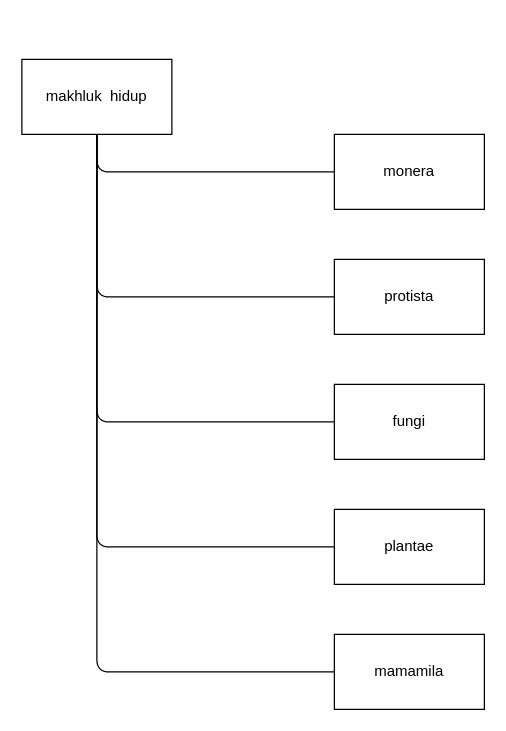
Earlier version of the draw.io diagram pbo1 Diagram.drawio (novianh/desain-dan-analis-sistem). Source tidied: cells renumbered, new cells numbered last; positions are measured from the earlier drawing's top-left corner, leaving out a move shared by most shapes. Both pictures are drawn from the tidied source at 125%, with x=0, y=0 at pixel (21, 59).
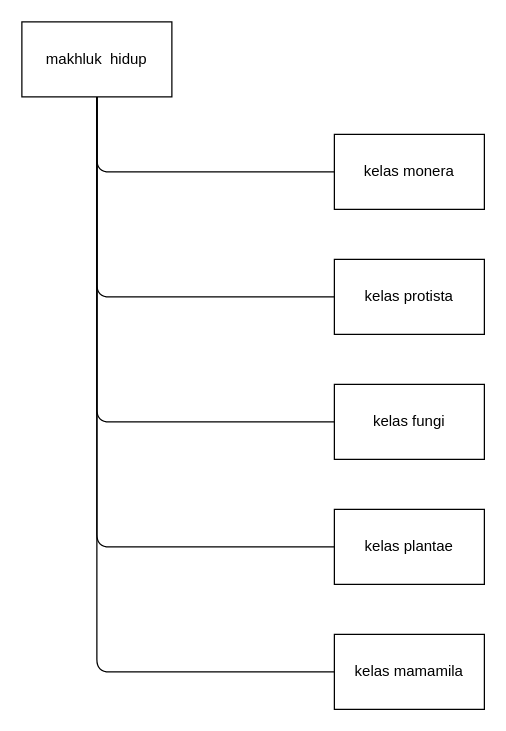
Above is the later version.

The edit, as a diff of the source:
```diff
@@
 <mxGraphModel>
   <root>
     <mxCell id="0" />
     <mxCell id="1" parent="0" />
     <mxCell id="2" value="makhluk&amp;nbsp; hidup" style="rounded=0;whiteSpace=wrap;html=1;" parent="1" vertex="1">
-      <mxGeometry width="120" height="60" as="geometry" />
+      <mxGeometry y="-30" width="120" height="60" as="geometry" />
     </mxCell>
-    <mxCell id="3" value="monera" style="rounded=0;whiteSpace=wrap;html=1;" parent="1" vertex="1">
+    <mxCell id="3" value="kelas monera" style="rounded=0;whiteSpace=wrap;html=1;" parent="1" vertex="1">
       <mxGeometry x="250" y="60" width="120" height="60" as="geometry" />
     </mxCell>
-    <mxCell id="4" value="protista" style="rounded=0;whiteSpace=wrap;html=1;" parent="1" vertex="1">
+    <mxCell id="4" value="kelas protista" style="rounded=0;whiteSpace=wrap;html=1;" parent="1" vertex="1">
       <mxGeometry x="250" y="160" width="120" height="60" as="geometry" />
     </mxCell>
-    <mxCell id="5" value="fungi" style="rounded=0;whiteSpace=wrap;html=1;" parent="1" vertex="1">
+    <mxCell id="5" value="kelas fungi" style="rounded=0;whiteSpace=wrap;html=1;" parent="1" vertex="1">
       <mxGeometry x="250" y="260" width="120" height="60" as="geometry" />
     </mxCell>
-    <mxCell id="6" value="plantae" style="rounded=0;whiteSpace=wrap;html=1;" parent="1" vertex="1">
+    <mxCell id="6" value="kelas plantae" style="rounded=0;whiteSpace=wrap;html=1;" parent="1" vertex="1">
       <mxGeometry x="250" y="360" width="120" height="60" as="geometry" />
     </mxCell>
-    <mxCell id="7" value="mamamila" style="rounded=0;whiteSpace=wrap;html=1;" parent="1" vertex="1">
+    <mxCell id="7" value="kelas mamamila" style="rounded=0;whiteSpace=wrap;html=1;" parent="1" vertex="1">
       <mxGeometry x="250" y="460" width="120" height="60" as="geometry" />
     </mxCell>
     <mxCell id="8" style="endArrow=none;html=1;exitX=0.5;exitY=1;exitDx=0;exitDy=0;entryX=0;entryY=0.5;entryDx=0;entryDy=0;edgeStyle=orthogonalEdgeStyle;" parent="1" edge="1" source="2" target="3">
       <mxGeometry relative="1" as="geometry" />
     </mxCell>
     <mxCell id="9" style="endArrow=none;html=1;exitX=0.5;exitY=1;exitDx=0;exitDy=0;entryX=0;entryY=0.5;entryDx=0;entryDy=0;edgeStyle=orthogonalEdgeStyle;" parent="1" edge="1" source="2" target="4">
       <mxGeometry relative="1" as="geometry">
         <Array as="points">
           <mxPoint x="60" y="190" />
         </Array>
       </mxGeometry>
     </mxCell>
     <mxCell id="10" style="endArrow=none;html=1;exitX=0.5;exitY=1;exitDx=0;exitDy=0;entryX=0;entryY=0.5;entryDx=0;entryDy=0;edgeStyle=orthogonalEdgeStyle;" parent="1" edge="1" source="2" target="5">
       <mxGeometry relative="1" as="geometry">
         <Array as="points">
           <mxPoint x="60" y="290" />
         </Array>
       </mxGeometry>
     </mxCell>
     <mxCell id="11" style="endArrow=none;html=1;exitX=0.5;exitY=1;exitDx=0;exitDy=0;edgeStyle=orthogonalEdgeStyle;entryX=0;entryY=0.5;entryDx=0;entryDy=0;" parent="1" edge="1" source="2" target="7">
       <mxGeometry relative="1" as="geometry">
         <Array as="points">
           <mxPoint x="60" y="490" />
         </Array>
       </mxGeometry>
     </mxCell>
     <mxCell id="12" style="endArrow=none;html=1;exitX=0.5;exitY=1;exitDx=0;exitDy=0;entryX=0;entryY=0.5;entryDx=0;entryDy=0;edgeStyle=orthogonalEdgeStyle;" parent="1" edge="1" source="2" target="6">
       <mxGeometry relative="1" as="geometry">
         <Array as="points">
           <mxPoint x="60" y="390" />
         </Array>
       </mxGeometry>
     </mxCell>
   </root>
 </mxGraphModel>
```
